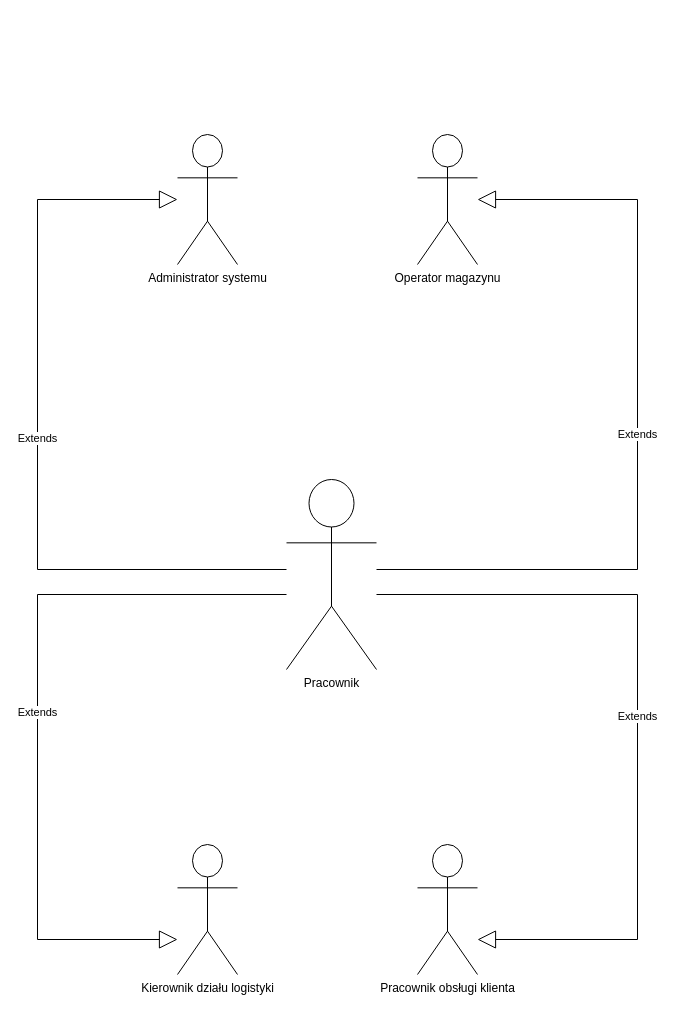
Before: diagramy/PrzypadkiUzycia/DiagramHierarchiAktorow.drawio in kacperMa25/In-ynieriaOprogramowania, a draw.io diagram. Source tidied: cells renumbered, new cells numbered last; positions are measured from the earlier drawing's top-left corner, leaving out a move shared by most shapes. Both pictures are drawn from the tidied source at 100%, with x=0, y=0 at pixel (37, 134).
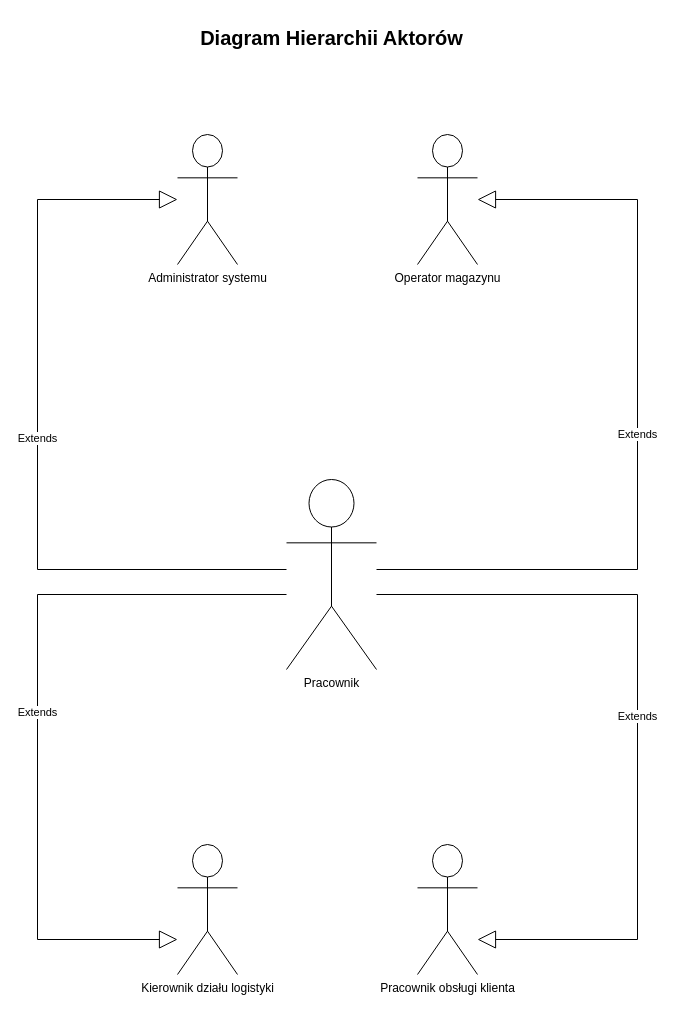
The same page after the edit.

Change to the diagram source:
```diff
@@
 <mxGraphModel>
   <root>
     <mxCell id="0" />
     <mxCell id="1" parent="0" />
     <mxCell id="2" value="Pracownik" style="shape=umlActor;verticalLabelPosition=bottom;verticalAlign=top;html=1;" parent="1" vertex="1">
       <mxGeometry x="249" y="345" width="90" height="190" as="geometry" />
     </mxCell>
     <mxCell id="3" value="Administrator systemu" style="shape=umlActor;verticalLabelPosition=bottom;verticalAlign=top;html=1;" parent="1" vertex="1">
       <mxGeometry x="140" width="60" height="130" as="geometry" />
     </mxCell>
     <mxCell id="4" value="Pracownik obsługi klienta" style="shape=umlActor;verticalLabelPosition=bottom;verticalAlign=top;html=1;" parent="1" vertex="1">
       <mxGeometry x="380" y="710" width="60" height="130" as="geometry" />
     </mxCell>
     <mxCell id="5" value="Operator magazynu" style="shape=umlActor;verticalLabelPosition=bottom;verticalAlign=top;html=1;" parent="1" vertex="1">
       <mxGeometry x="380" width="60" height="130" as="geometry" />
     </mxCell>
     <mxCell id="6" value="Kierownik działu logistyki" style="shape=umlActor;verticalLabelPosition=bottom;verticalAlign=top;html=1;" parent="1" vertex="1">
       <mxGeometry x="140" y="710" width="60" height="130" as="geometry" />
     </mxCell>
     <mxCell id="7" value="Extends" style="endArrow=block;endSize=16;endFill=0;html=1;rounded=0;edgeStyle=orthogonalEdgeStyle;" parent="1" edge="1" source="2" target="3">
       <mxGeometry relative="1" as="geometry">
         <Array as="points">
           <mxPoint y="435" />
           <mxPoint y="65" />
         </Array>
       </mxGeometry>
     </mxCell>
     <mxCell id="8" value="Extends" style="endArrow=block;endSize=16;endFill=0;html=1;rounded=0;edgeStyle=orthogonalEdgeStyle;" parent="1" edge="1" source="2" target="4">
       <mxGeometry relative="1" as="geometry">
         <Array as="points">
           <mxPoint x="600" y="460" />
           <mxPoint x="600" y="805" />
         </Array>
       </mxGeometry>
     </mxCell>
     <mxCell id="9" value="Extends" style="endArrow=block;endSize=16;endFill=0;html=1;rounded=0;edgeStyle=orthogonalEdgeStyle;" parent="1" edge="1" source="2" target="6">
       <mxGeometry relative="1" as="geometry">
         <Array as="points">
           <mxPoint y="460" />
           <mxPoint y="805" />
         </Array>
       </mxGeometry>
     </mxCell>
     <mxCell id="10" value="Extends" style="endArrow=block;endSize=16;endFill=0;html=1;rounded=0;edgeStyle=orthogonalEdgeStyle;" parent="1" edge="1" source="2" target="5">
       <mxGeometry relative="1" as="geometry">
         <Array as="points">
           <mxPoint x="600" y="435" />
           <mxPoint x="600" y="65" />
         </Array>
       </mxGeometry>
     </mxCell>
+    <mxCell id="11" value="&lt;b&gt;&lt;font style=&quot;font-size: 20px;&quot;&gt;Diagram Hierarchii Aktorów&lt;/font&gt;&lt;/b&gt;" style="text;html=1;align=center;verticalAlign=middle;strokeColor=none;fillColor=none;" parent="1" vertex="1">
+      <mxGeometry x="149" y="-117" width="290" height="40" as="geometry" />
+    </mxCell>
   </root>
 </mxGraphModel>
```
